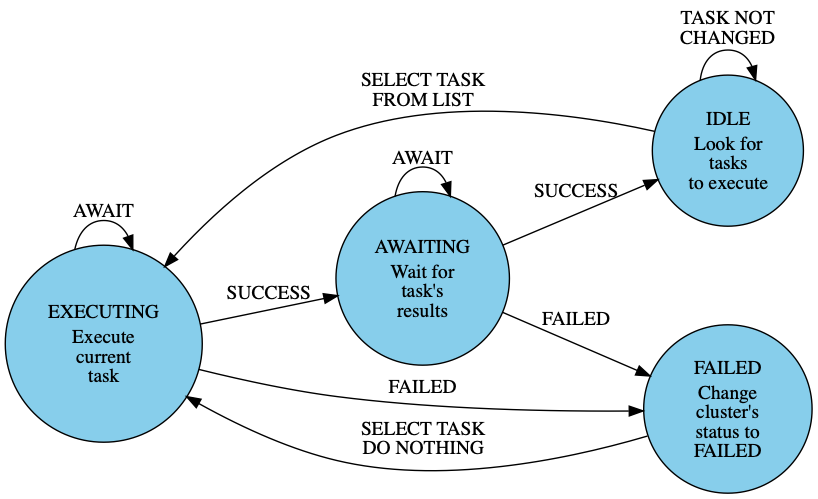
Above: graphs/task-executor.png in nextbreakpoint/flink-k8s-toolbox (Graphviz), before the change. Its source is kept beside it as graphs/task-executor.dot. The source it was exported from:
```dot
digraph state_machine {
  graph [autosize=false, resolution=100];
  center=true;
  margin=0;
  rankdir=LR;
  node [shape=circle, style="filled", fillcolor=skyblue];
  EXECUTING [ label = <
      <TABLE ALIGN="LEFT" BORDER="0" CELLBORDER="0" CELLSPACING="0">
          <TR>
              <TD>EXECUTING</TD>
          </TR>
          <TR>
              <TD>Execute<BR/>current<BR/>task</TD>
          </TR>
      </TABLE>
  > ];
  AWAITING [ label = <
      <TABLE ALIGN="LEFT" BORDER="0" CELLBORDER="0" CELLSPACING="0">
          <TR>
              <TD>AWAITING</TD>
          </TR>
          <TR>
              <TD>Wait for<BR/>task's<BR/>results</TD>
          </TR>
      </TABLE>
  > ];
  IDLE [ label = <
      <TABLE ALIGN="LEFT" BORDER="0" CELLBORDER="0" CELLSPACING="0">
          <TR>
              <TD>IDLE</TD>
          </TR>
          <TR>
              <TD>Look for<BR/>tasks<BR/>to execute</TD>
          </TR>
      </TABLE>
  > ];
  FAILED [ label = <
      <TABLE ALIGN="LEFT" BORDER="0" CELLBORDER="0" CELLSPACING="0">
          <TR>
              <TD>FAILED</TD>
          </TR>
          <TR>
              <TD>Change<BR/>cluster's<BR/>status to<BR/>FAILED</TD>
          </TR>
      </TABLE>
  > ];
  EXECUTING -> AWAITING [ label = "SUCCESS" ];
  EXECUTING -> EXECUTING [ label = "AWAIT" ];
  EXECUTING -> FAILED [ label = "FAILED" ];
  AWAITING -> IDLE [ label = "SUCCESS" ];
  AWAITING -> AWAITING [ label = "AWAIT" ];
  AWAITING -> FAILED [ label = "FAILED" ];
  IDLE -> IDLE [ label = <
      <TABLE ALIGN="LEFT" BORDER="0" CELLBORDER="0" CELLSPACING="0">
          <TR>
              <TD>TASK NOT<BR/>CHANGED</TD>
          </TR>
      </TABLE>
  > ];
  IDLE -> EXECUTING [ label = <
      <TABLE ALIGN="LEFT" BORDER="0" CELLBORDER="0" CELLSPACING="0">
          <TR>
              <TD>SELECT TASK<BR/>FROM LIST</TD>
          </TR>
      </TABLE>
  > ];
  FAILED -> EXECUTING [ label = <
      <TABLE ALIGN="LEFT" BORDER="0" CELLBORDER="0" CELLSPACING="0">
          <TR>
              <TD>SELECT TASK<BR/>DO NOTHING</TD>
          </TR>
      </TABLE>
  > ];
}
```
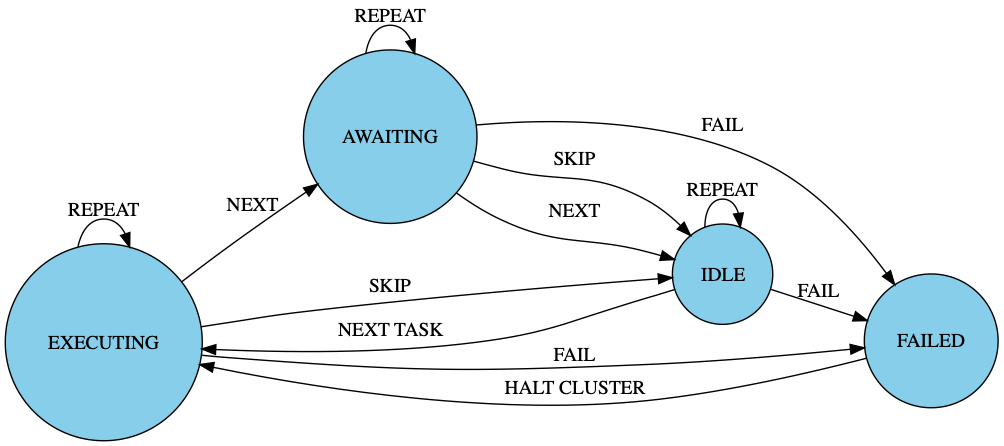
The same file after the commit.

What changed in the source:
```diff
@@ -9,18 +9,12 @@
           <TR>
               <TD>EXECUTING</TD>
           </TR>
-          <TR>
-              <TD>Execute<BR/>current<BR/>task</TD>
-          </TR>
       </TABLE>
   > ];
   AWAITING [ label = <
       <TABLE ALIGN="LEFT" BORDER="0" CELLBORDER="0" CELLSPACING="0">
           <TR>
               <TD>AWAITING</TD>
-          </TR>
-          <TR>
-              <TD>Wait for<BR/>task's<BR/>results</TD>
           </TR>
       </TABLE>
   > ];
@@ -29,9 +23,6 @@
           <TR>
               <TD>IDLE</TD>
           </TR>
-          <TR>
-              <TD>Look for<BR/>tasks<BR/>to execute</TD>
-          </TR>
       </TABLE>
   > ];
   FAILED [ label = <
@@ -39,35 +30,29 @@
           <TR>
               <TD>FAILED</TD>
           </TR>
-          <TR>
-              <TD>Change<BR/>cluster's<BR/>status to<BR/>FAILED</TD>
-          </TR>
       </TABLE>
   > ];
-  EXECUTING -> AWAITING [ label = "SUCCESS" ];
-  EXECUTING -> EXECUTING [ label = "AWAIT" ];
-  EXECUTING -> FAILED [ label = "FAILED" ];
-  AWAITING -> IDLE [ label = "SUCCESS" ];
-  AWAITING -> AWAITING [ label = "AWAIT" ];
-  AWAITING -> FAILED [ label = "FAILED" ];
-  IDLE -> IDLE [ label = <
-      <TABLE ALIGN="LEFT" BORDER="0" CELLBORDER="0" CELLSPACING="0">
-          <TR>
-              <TD>TASK NOT<BR/>CHANGED</TD>
-          </TR>
-      </TABLE>
-  > ];
+  EXECUTING -> AWAITING [ label = "NEXT" ];
+  EXECUTING -> EXECUTING [ label = "REPEAT" ];
+  EXECUTING -> FAILED [ label = "FAIL" ];
+  EXECUTING -> IDLE [ label = "SKIP" ];
+  AWAITING -> IDLE [ label = "NEXT" ];
+  AWAITING -> AWAITING [ label = "REPEAT" ];
+  AWAITING -> FAILED [ label = "FAIL" ];
+  AWAITING -> IDLE [ label = "SKIP" ];
+  IDLE -> FAILED [ label = "FAIL" ];
+  IDLE -> IDLE [ label = "REPEAT" ];
   IDLE -> EXECUTING [ label = <
       <TABLE ALIGN="LEFT" BORDER="0" CELLBORDER="0" CELLSPACING="0">
           <TR>
-              <TD>SELECT TASK<BR/>FROM LIST</TD>
+              <TD>NEXT TASK</TD>
           </TR>
       </TABLE>
   > ];
   FAILED -> EXECUTING [ label = <
       <TABLE ALIGN="LEFT" BORDER="0" CELLBORDER="0" CELLSPACING="0">
           <TR>
-              <TD>SELECT TASK<BR/>DO NOTHING</TD>
+              <TD>HALT CLUSTER</TD>
           </TR>
       </TABLE>
   > ];
```
